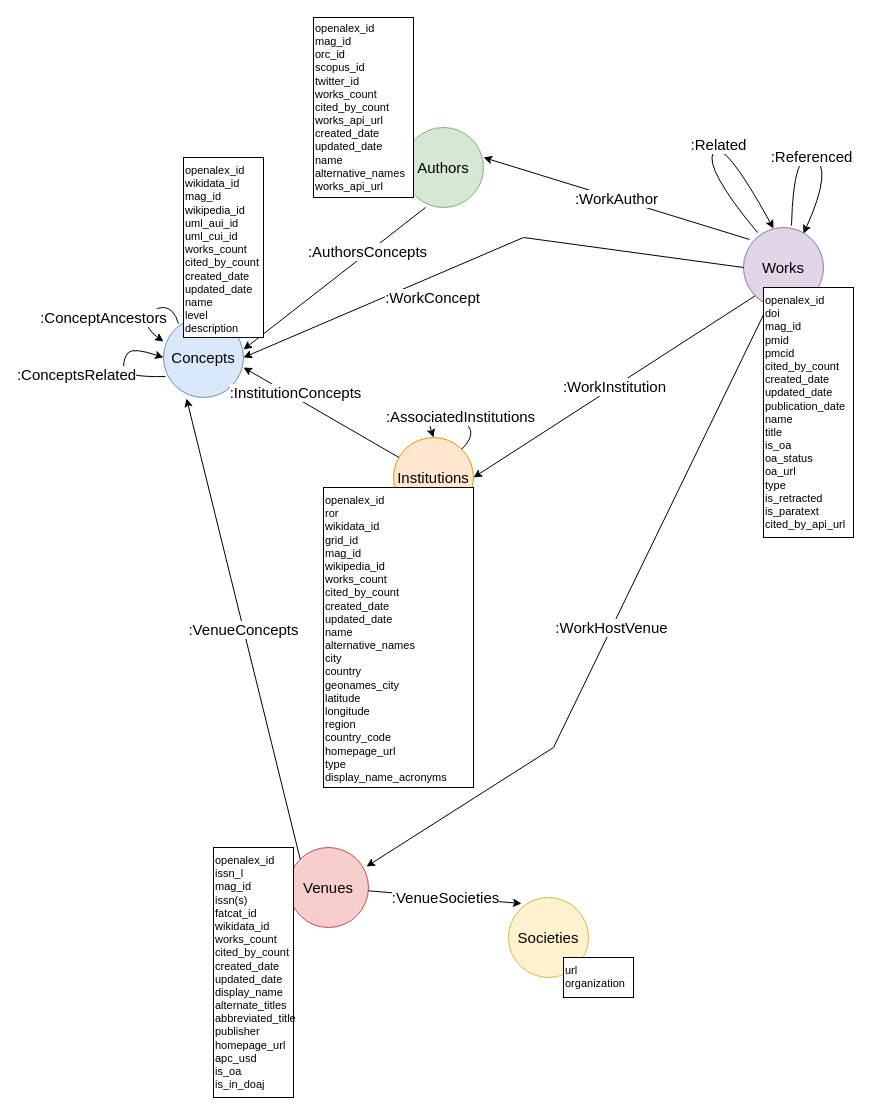
Before: openalexParse2022/diagram.drawio in iuni-cadre/DataPipelineAndProvenanceForCADRE, a draw.io diagram. Source tidied: cells renumbered, new cells numbered last; positions are measured from the earlier drawing's top-left corner, leaving out a move shared by most shapes. Both pictures are drawn from the tidied source at 100%, with x=0, y=0 at pixel (123, 17).
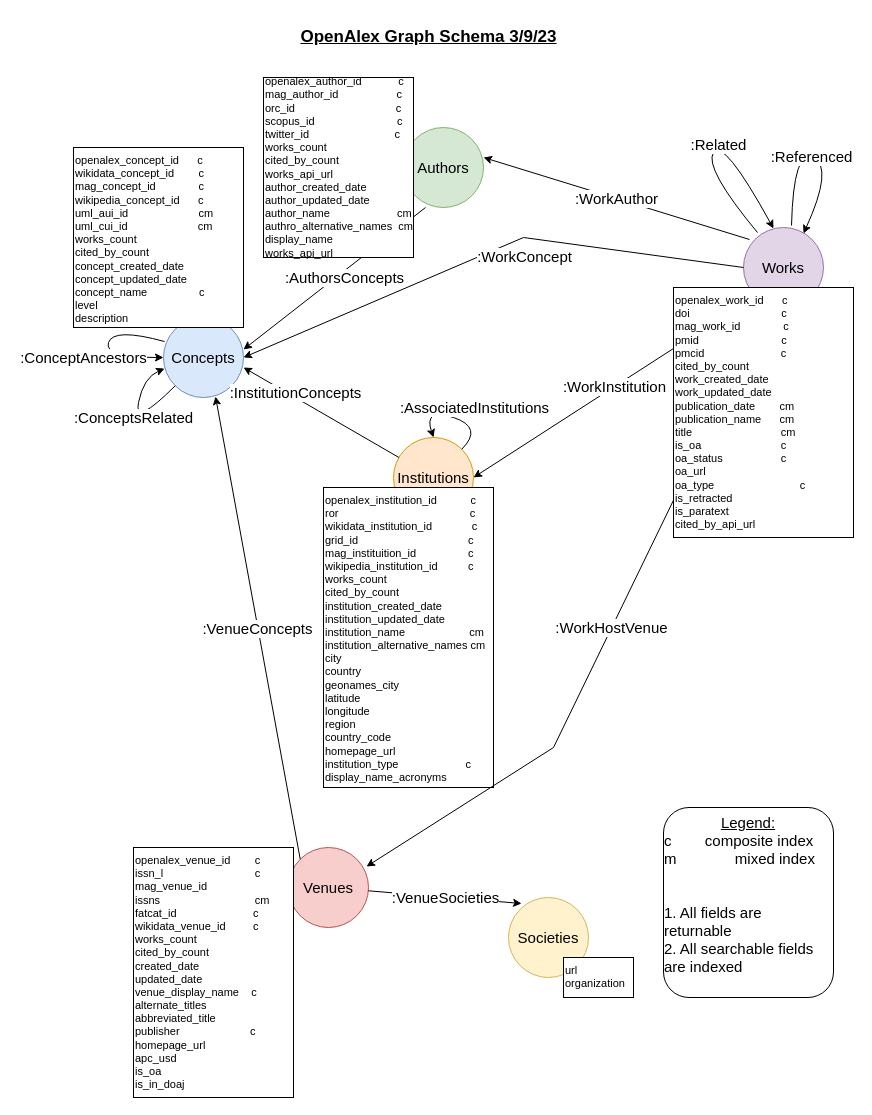
The same page after the edit.

Commit message (it also covers changes not shown here):
Updated JanusGraph diagrams.

The change refers to these unchanged cells:
```xml
<mxCell id="2" value="Authors" style="ellipse;whiteSpace=wrap;html=1;fontSize=15;fillColor=#d5e8d4;strokeColor=#82b366;" parent="1" vertex="1">
  <mxGeometry x="280" y="110" width="80" height="80" as="geometry" />
</mxCell>
<mxCell id="3" value="Works" style="ellipse;whiteSpace=wrap;html=1;fontSize=15;fillColor=#e1d5e7;strokeColor=#9673a6;" parent="1" vertex="1">
  <mxGeometry x="620" y="210" width="80" height="80" as="geometry" />
</mxCell>
<mxCell id="4" value="Concepts" style="ellipse;whiteSpace=wrap;html=1;fontSize=15;fillColor=#dae8fc;strokeColor=#6c8ebf;" parent="1" vertex="1">
  <mxGeometry x="40" y="300" width="80" height="80" as="geometry" />
</mxCell>
<mxCell id="5" value="Venues" style="ellipse;whiteSpace=wrap;html=1;fontSize=15;fillColor=#f8cecc;strokeColor=#b85450;" parent="1" vertex="1">
  <mxGeometry x="165" y="830" width="80" height="80" as="geometry" />
</mxCell>
<mxCell id="6" value="Institutions" style="ellipse;whiteSpace=wrap;html=1;fontSize=15;fillColor=#ffe6cc;strokeColor=#d79b00;" parent="1" vertex="1">
  <mxGeometry x="270" y="420" width="80" height="80" as="geometry" />
</mxCell>
```

What changed in the source:
```diff
@@
     <mxCell id="7" value=":AuthorsConcepts" style="endArrow=classic;html=1;rounded=0;fontSize=15;exitX=0.275;exitY=1;exitDx=0;exitDy=0;exitPerimeter=0;entryX=1;entryY=0.4;entryDx=0;entryDy=0;entryPerimeter=0;" parent="1" edge="1" source="2" target="4">
-      <mxGeometry x="-0.37" y="-1" relative="1" as="geometry" />
+      <mxGeometry x="-0.07" y="5" relative="1" as="geometry" />
     </mxCell>
@@
-    <mxCell id="9" value=":ConceptAncestors" style="curved=1;endArrow=classic;html=1;rounded=0;fontSize=15;exitX=0.188;exitY=0.075;exitDx=0;exitDy=0;exitPerimeter=0;entryX=0;entryY=0.3;entryDx=0;entryDy=0;entryPerimeter=0;" parent="1" edge="1" source="4" target="4">
-      <mxGeometry x="0.42" y="-41" relative="1" as="geometry">
+    <mxCell id="9" value=":ConceptAncestors" style="curved=1;endArrow=classic;html=1;rounded=0;fontSize=15;entryX=0;entryY=0.5;entryDx=0;entryDy=0;exitX=0.013;exitY=0.3;exitDx=0;exitDy=0;exitPerimeter=0;" parent="1" edge="1" source="4" target="4">
+      <mxGeometry x="0.17" y="-20" relative="1" as="geometry">
         <Array as="points">
-          <mxPoint x="50" y="290" />
-          <mxPoint x="30" y="290" />
-          <mxPoint x="20" y="310" />
+          <mxPoint x="-10" y="310" />
+          <mxPoint x="-20" y="340" />
         </Array>
-        <mxPoint x="-16" y="-44" as="offset" />
+        <mxPoint x="-20" y="-20" as="offset" />
       </mxGeometry>
     </mxCell>
-    <mxCell id="10" value=":ConceptsRelated" style="curved=1;endArrow=classic;html=1;rounded=0;fontSize=15;exitX=0.025;exitY=0.738;exitDx=0;exitDy=0;exitPerimeter=0;entryX=0;entryY=0.5;entryDx=0;entryDy=0;" parent="1" edge="1" source="4" target="4">
-      <mxGeometry x="0.23" y="54" relative="1" as="geometry">
+    <mxCell id="10" value=":ConceptsRelated" style="curved=1;endArrow=classic;html=1;rounded=0;fontSize=15;exitX=0;exitY=1;exitDx=0;exitDy=0;entryX=0.013;entryY=0.638;entryDx=0;entryDy=0;entryPerimeter=0;" parent="1" edge="1" source="4" target="4">
+      <mxGeometry x="0.04" y="2" relative="1" as="geometry">
         <Array as="points">
-          <mxPoint y="360" />
-          <mxPoint y="340" />
-          <mxPoint x="10" y="330" />
+          <mxPoint x="10" y="410" />
+          <mxPoint x="20" y="360" />
         </Array>
-        <mxPoint x="-12" y="58" as="offset" />
       </mxGeometry>
     </mxCell>
     <mxCell id="11" value=":AssociatedInstitutions" style="curved=1;endArrow=classic;html=1;rounded=0;fontSize=15;entryX=0.5;entryY=0;entryDx=0;entryDy=0;exitX=1;exitY=0;exitDx=0;exitDy=0;" parent="1" edge="1" source="6" target="6">
-      <mxGeometry x="-0.13" y="-3" relative="1" as="geometry">
+      <mxGeometry x="-0.26" y="-16" relative="1" as="geometry">
         <Array as="points">
           <mxPoint x="360" y="410" />
           <mxPoint x="300" y="390" />
         </Array>
-        <mxPoint x="-1" as="offset" />
       </mxGeometry>
     </mxCell>
@@
-    <mxCell id="13" value=":VenueConcepts" style="endArrow=classic;html=1;rounded=0;fontSize=15;exitX=0;exitY=0;exitDx=0;exitDy=0;entryX=0.288;entryY=1.013;entryDx=0;entryDy=0;entryPerimeter=0;" parent="1" edge="1" source="5" target="4">
+    <mxCell id="13" value=":VenueConcepts" style="endArrow=classic;html=1;rounded=0;fontSize=15;exitX=0;exitY=0;exitDx=0;exitDy=0;entryX=0.65;entryY=0.988;entryDx=0;entryDy=0;entryPerimeter=0;" parent="1" edge="1" source="5" target="4">
       <mxGeometry relative="1" as="geometry" />
     </mxCell>
@@
     <mxCell id="16" value=":WorkConcept" style="endArrow=classic;html=1;rounded=0;fontSize=15;exitX=0;exitY=0.5;exitDx=0;exitDy=0;entryX=1;entryY=0.5;entryDx=0;entryDy=0;" parent="1" edge="1" source="3" target="4">
-      <mxGeometry x="0.25" y="19" relative="1" as="geometry">
+      <mxGeometry x="-0.13" y="18" relative="1" as="geometry">
         <Array as="points">
           <mxPoint x="400" y="220" />
         </Array>
       </mxGeometry>
     </mxCell>
-    <mxCell id="17" value="openalex_id&lt;br&gt;mag_id&lt;br&gt;orc_id&lt;br&gt;scopus_id&lt;br&gt;twitter_id&lt;br&gt;works_count&lt;br&gt;cited_by_count&lt;br&gt;works_api_url&lt;br&gt;created_date&lt;br&gt;updated_date&lt;br&gt;name&lt;br&gt;alternative_names&lt;br&gt;works_api_url" style="whiteSpace=wrap;html=1;fontSize=11;align=left;verticalAlign=middle;labelPosition=center;verticalLabelPosition=middle;" parent="1" vertex="1">
-      <mxGeometry x="190" width="100" height="180" as="geometry" />
+    <mxCell id="17" value="openalex_author_id &amp;nbsp; &amp;nbsp; &amp;nbsp; &amp;nbsp; &amp;nbsp; &amp;nbsp;c&lt;br&gt;mag_author_id &amp;nbsp; &amp;nbsp; &amp;nbsp; &amp;nbsp; &amp;nbsp; &amp;nbsp; &amp;nbsp; &amp;nbsp; &amp;nbsp; c&lt;br&gt;orc_id &amp;nbsp; &amp;nbsp; &amp;nbsp; &amp;nbsp; &amp;nbsp; &amp;nbsp; &amp;nbsp; &amp;nbsp; &amp;nbsp; &amp;nbsp; &amp;nbsp; &amp;nbsp; &amp;nbsp; &amp;nbsp; &amp;nbsp; &amp;nbsp; c&lt;br&gt;scopus_id &amp;nbsp; &amp;nbsp; &amp;nbsp; &amp;nbsp; &amp;nbsp; &amp;nbsp; &amp;nbsp; &amp;nbsp; &amp;nbsp; &amp;nbsp; &amp;nbsp; &amp;nbsp; &amp;nbsp; c&amp;nbsp;&lt;br&gt;twitter_id &amp;nbsp; &amp;nbsp; &amp;nbsp; &amp;nbsp; &amp;nbsp; &amp;nbsp; &amp;nbsp; &amp;nbsp; &amp;nbsp; &amp;nbsp; &amp;nbsp; &amp;nbsp; &amp;nbsp; &amp;nbsp;c&lt;br&gt;works_count&lt;br&gt;cited_by_count&lt;br&gt;works_api_url&lt;br&gt;author_created_date&lt;br&gt;author_updated_date&lt;br&gt;author_name &amp;nbsp; &amp;nbsp; &amp;nbsp; &amp;nbsp; &amp;nbsp; &amp;nbsp; &amp;nbsp; &amp;nbsp; &amp;nbsp; &amp;nbsp; &amp;nbsp;cm&lt;br&gt;authro_alternative_names &amp;nbsp;cm&lt;br&gt;display_name&lt;br&gt;works_api_url" style="whiteSpace=wrap;html=1;fontSize=11;align=left;verticalAlign=middle;labelPosition=center;verticalLabelPosition=middle;" parent="1" vertex="1">
+      <mxGeometry x="140" y="60" width="150" height="180" as="geometry" />
     </mxCell>
-    <mxCell id="18" value="openalex_id&lt;br&gt;wikidata_id&lt;br&gt;mag_id&lt;br&gt;wikipedia_id&lt;br&gt;uml_aui_id&lt;br&gt;uml_cui_id&lt;br&gt;works_count&lt;br&gt;cited_by_count&lt;br&gt;created_date&lt;br&gt;updated_date&lt;br&gt;name&lt;br&gt;level&lt;br&gt;description" style="whiteSpace=wrap;html=1;fontSize=11;align=left;verticalAlign=top;" parent="1" vertex="1">
-      <mxGeometry x="60" y="140" width="80" height="180" as="geometry" />
+    <mxCell id="18" value="openalex_concept_id &amp;nbsp; &amp;nbsp; &amp;nbsp;c&lt;br&gt;wikidata_concept_id &amp;nbsp; &amp;nbsp; &amp;nbsp; &amp;nbsp;c&lt;br&gt;mag_concept_id &amp;nbsp; &amp;nbsp; &amp;nbsp; &amp;nbsp; &amp;nbsp; &amp;nbsp; &amp;nbsp;c&lt;br&gt;wikipedia_concept_id &amp;nbsp; &amp;nbsp; &amp;nbsp;c&lt;br&gt;uml_aui_id &amp;nbsp; &amp;nbsp; &amp;nbsp; &amp;nbsp; &amp;nbsp; &amp;nbsp; &amp;nbsp; &amp;nbsp; &amp;nbsp; &amp;nbsp; &amp;nbsp; cm&lt;br&gt;uml_cui_id &amp;nbsp; &amp;nbsp; &amp;nbsp; &amp;nbsp; &amp;nbsp; &amp;nbsp; &amp;nbsp; &amp;nbsp; &amp;nbsp; &amp;nbsp; &amp;nbsp; cm&lt;br&gt;works_count&lt;br&gt;cited_by_count&lt;br&gt;concept_created_date&lt;br&gt;concept_updated_date&lt;br&gt;concept_name &amp;nbsp; &amp;nbsp; &amp;nbsp; &amp;nbsp; &amp;nbsp; &amp;nbsp; &amp;nbsp; &amp;nbsp; c&lt;br&gt;level&lt;br&gt;description" style="whiteSpace=wrap;html=1;fontSize=11;align=left;verticalAlign=top;" parent="1" vertex="1">
+      <mxGeometry x="-50" y="130" width="170" height="180" as="geometry" />
     </mxCell>
-    <mxCell id="19" value="openalex_id&lt;br&gt;ror&lt;br&gt;wikidata_id&lt;br&gt;grid_id&lt;br&gt;mag_id&lt;br&gt;wikipedia_id&lt;br&gt;works_count&lt;br&gt;cited_by_count&lt;br&gt;created_date&lt;br&gt;updated_date&lt;br&gt;name&lt;br&gt;alternative_names&lt;br&gt;city&lt;br&gt;country&lt;br&gt;geonames_city&lt;br&gt;latitude&lt;br&gt;longitude&lt;br&gt;region&lt;br&gt;country_code&lt;br&gt;homepage_url&lt;br&gt;type&lt;br&gt;display_name_acronyms" style="whiteSpace=wrap;html=1;fontSize=11;align=left;verticalAlign=top;" parent="1" vertex="1">
-      <mxGeometry x="200" y="470" width="150" height="300" as="geometry" />
+    <mxCell id="19" value="openalex_institution_id &amp;nbsp; &amp;nbsp; &amp;nbsp; &amp;nbsp; &amp;nbsp; c&lt;br&gt;ror &amp;nbsp; &amp;nbsp; &amp;nbsp; &amp;nbsp; &amp;nbsp; &amp;nbsp; &amp;nbsp; &amp;nbsp; &amp;nbsp; &amp;nbsp; &amp;nbsp; &amp;nbsp; &amp;nbsp; &amp;nbsp; &amp;nbsp; &amp;nbsp; &amp;nbsp; &amp;nbsp; &amp;nbsp; &amp;nbsp; &amp;nbsp; c&lt;br&gt;wikidata_institution_id &amp;nbsp; &amp;nbsp; &amp;nbsp; &amp;nbsp; &amp;nbsp; &amp;nbsp; c&lt;br&gt;grid_id &amp;nbsp; &amp;nbsp; &amp;nbsp; &amp;nbsp; &amp;nbsp; &amp;nbsp; &amp;nbsp; &amp;nbsp; &amp;nbsp; &amp;nbsp; &amp;nbsp; &amp;nbsp; &amp;nbsp; &amp;nbsp; &amp;nbsp; &amp;nbsp; &amp;nbsp; &amp;nbsp;c&lt;br&gt;mag_instituition_id &amp;nbsp; &amp;nbsp; &amp;nbsp; &amp;nbsp; &amp;nbsp; &amp;nbsp; &amp;nbsp; &amp;nbsp; c&lt;br&gt;wikipedia_institution_id &amp;nbsp; &amp;nbsp; &amp;nbsp; &amp;nbsp; &amp;nbsp;c&lt;br&gt;works_count&lt;br&gt;cited_by_count&lt;br&gt;institution_created_date&lt;br&gt;institution_updated_date&lt;br&gt;institution_name &amp;nbsp; &amp;nbsp; &amp;nbsp; &amp;nbsp; &amp;nbsp; &amp;nbsp; &amp;nbsp; &amp;nbsp; &amp;nbsp; &amp;nbsp; cm&lt;br&gt;institution_alternative_names cm&lt;br&gt;city&lt;br&gt;country&lt;br&gt;geonames_city&lt;br&gt;latitude&lt;br&gt;longitude&lt;br&gt;region&lt;br&gt;country_code&lt;br&gt;homepage_url&lt;br&gt;institution_type &amp;nbsp; &amp;nbsp; &amp;nbsp; &amp;nbsp; &amp;nbsp; &amp;nbsp; &amp;nbsp; &amp;nbsp; &amp;nbsp; &amp;nbsp; &amp;nbsp;c&lt;br&gt;display_name_acronyms" style="whiteSpace=wrap;html=1;fontSize=11;align=left;verticalAlign=top;" parent="1" vertex="1">
+      <mxGeometry x="200" y="470" width="170" height="300" as="geometry" />
     </mxCell>
@@
-    <mxCell id="24" value="openalex_id&lt;br&gt;doi&lt;br&gt;mag_id&lt;br&gt;pmid&lt;br&gt;pmcid&lt;br&gt;cited_by_count&lt;br&gt;created_date&lt;br&gt;updated_date&lt;br&gt;publication_date&lt;br&gt;name&lt;br&gt;title&lt;br&gt;is_oa&lt;br&gt;oa_status&lt;br&gt;oa_url&lt;br&gt;type&lt;br&gt;is_retracted&lt;br&gt;is_paratext&lt;br&gt;cited_by_api_url" style="whiteSpace=wrap;html=1;fontSize=11;align=left;verticalAlign=top;" parent="1" vertex="1">
-      <mxGeometry x="640" y="270" width="90" height="250" as="geometry" />
+    <mxCell id="24" value="openalex_work_id &amp;nbsp; &amp;nbsp; &amp;nbsp;c&lt;br&gt;doi &amp;nbsp; &amp;nbsp; &amp;nbsp; &amp;nbsp; &amp;nbsp; &amp;nbsp; &amp;nbsp; &amp;nbsp; &amp;nbsp; &amp;nbsp; &amp;nbsp; &amp;nbsp; &amp;nbsp; &amp;nbsp; &amp;nbsp;c&lt;br&gt;mag_work_id &amp;nbsp; &amp;nbsp; &amp;nbsp; &amp;nbsp; &amp;nbsp; &amp;nbsp; &amp;nbsp;c&lt;br&gt;pmid &amp;nbsp; &amp;nbsp; &amp;nbsp; &amp;nbsp; &amp;nbsp; &amp;nbsp; &amp;nbsp; &amp;nbsp; &amp;nbsp; &amp;nbsp; &amp;nbsp; &amp;nbsp; &amp;nbsp; c&lt;br&gt;pmcid &amp;nbsp; &amp;nbsp; &amp;nbsp; &amp;nbsp; &amp;nbsp; &amp;nbsp; &amp;nbsp; &amp;nbsp; &amp;nbsp; &amp;nbsp; &amp;nbsp; &amp;nbsp; c&lt;br&gt;cited_by_count&lt;br&gt;work_created_date&lt;br&gt;work_updated_date&lt;br&gt;publication_date &amp;nbsp; &amp;nbsp; &amp;nbsp; &amp;nbsp;cm&lt;br&gt;publication_name &amp;nbsp; &amp;nbsp; &amp;nbsp;cm&lt;br&gt;title &amp;nbsp; &amp;nbsp; &amp;nbsp; &amp;nbsp; &amp;nbsp; &amp;nbsp; &amp;nbsp; &amp;nbsp; &amp;nbsp; &amp;nbsp; &amp;nbsp; &amp;nbsp; &amp;nbsp; &amp;nbsp; cm&lt;br&gt;is_oa &amp;nbsp; &amp;nbsp; &amp;nbsp; &amp;nbsp; &amp;nbsp; &amp;nbsp; &amp;nbsp; &amp;nbsp; &amp;nbsp; &amp;nbsp; &amp;nbsp; &amp;nbsp; &amp;nbsp;c&lt;br&gt;oa_status &amp;nbsp; &amp;nbsp; &amp;nbsp; &amp;nbsp; &amp;nbsp; &amp;nbsp; &amp;nbsp; &amp;nbsp; &amp;nbsp; c&lt;br&gt;oa_url &amp;nbsp; &amp;nbsp; &amp;nbsp; &amp;nbsp; &amp;nbsp; &amp;nbsp; &amp;nbsp; &amp;nbsp; &amp;nbsp; &amp;nbsp; &amp;nbsp; &amp;nbsp;&lt;br&gt;oa_type &amp;nbsp; &amp;nbsp; &amp;nbsp; &amp;nbsp; &amp;nbsp; &amp;nbsp; &amp;nbsp; &amp;nbsp; &amp;nbsp; &amp;nbsp; &amp;nbsp; &amp;nbsp; &amp;nbsp; &amp;nbsp;c&lt;br&gt;is_retracted&lt;br&gt;is_paratext&lt;br&gt;cited_by_api_url" style="whiteSpace=wrap;html=1;fontSize=11;align=left;verticalAlign=top;" parent="1" vertex="1">
+      <mxGeometry x="550" y="270" width="180" height="250" as="geometry" />
     </mxCell>
-    <mxCell id="25" value="openalex_id&lt;br&gt;issn_l&lt;br&gt;mag_id&lt;br&gt;issn(s)&lt;br&gt;fatcat_id&lt;br&gt;wikidata_id&lt;br&gt;works_count&lt;br&gt;cited_by_count&lt;br&gt;created_date&lt;br&gt;updated_date&lt;br&gt;display_name&lt;br&gt;alternate_titles&lt;br&gt;abbreviated_title&lt;br&gt;publisher&lt;br&gt;homepage_url&lt;br&gt;apc_usd&lt;br&gt;is_oa&lt;br&gt;is_in_doaj" style="whiteSpace=wrap;html=1;fontSize=11;align=left;verticalAlign=top;" parent="1" vertex="1">
-      <mxGeometry x="90" y="830" width="80" height="250" as="geometry" />
+    <mxCell id="25" value="openalex_venue_id &amp;nbsp; &amp;nbsp; &amp;nbsp; &amp;nbsp;c&lt;br&gt;issn_l &amp;nbsp; &amp;nbsp; &amp;nbsp; &amp;nbsp; &amp;nbsp; &amp;nbsp; &amp;nbsp; &amp;nbsp; &amp;nbsp; &amp;nbsp; &amp;nbsp; &amp;nbsp; &amp;nbsp; &amp;nbsp; &amp;nbsp;c&lt;br&gt;mag_venue_id&lt;br&gt;issns &amp;nbsp; &amp;nbsp; &amp;nbsp; &amp;nbsp; &amp;nbsp; &amp;nbsp; &amp;nbsp; &amp;nbsp; &amp;nbsp; &amp;nbsp; &amp;nbsp; &amp;nbsp; &amp;nbsp; &amp;nbsp; &amp;nbsp; cm&lt;br&gt;fatcat_id &amp;nbsp; &amp;nbsp; &amp;nbsp; &amp;nbsp; &amp;nbsp; &amp;nbsp; &amp;nbsp; &amp;nbsp; &amp;nbsp; &amp;nbsp; &amp;nbsp; &amp;nbsp; c&lt;br&gt;wikidata_venue_id &amp;nbsp; &amp;nbsp; &amp;nbsp; &amp;nbsp; c&lt;br&gt;works_count&lt;br&gt;cited_by_count&lt;br&gt;created_date&lt;br&gt;updated_date&lt;br&gt;venue_display_name &amp;nbsp; &amp;nbsp;c&lt;br&gt;alternate_titles&lt;br&gt;abbreviated_title&lt;br&gt;publisher &amp;nbsp; &amp;nbsp; &amp;nbsp; &amp;nbsp; &amp;nbsp; &amp;nbsp; &amp;nbsp; &amp;nbsp; &amp;nbsp; &amp;nbsp; &amp;nbsp; c&lt;br&gt;homepage_url&lt;br&gt;apc_usd&lt;br&gt;is_oa&lt;br&gt;is_in_doaj" style="whiteSpace=wrap;html=1;fontSize=11;align=left;verticalAlign=top;" parent="1" vertex="1">
+      <mxGeometry x="10" y="830" width="160" height="250" as="geometry" />
     </mxCell>
@@
+    <mxCell id="27" value="OpenAlex Graph Schema 3/9/23&lt;br style=&quot;font-size: 17px;&quot;&gt;" style="text;html=1;align=center;verticalAlign=middle;strokeColor=none;fillColor=none;fontSize=17;fontStyle=5;" parent="1" vertex="1">
+      <mxGeometry x="165" y="5" width="280" height="30" as="geometry" />
+    </mxCell>
+    <mxCell id="28" value="&lt;font style=&quot;font-size: 15px;&quot;&gt;&lt;u&gt;Legend:&lt;/u&gt;&lt;br&gt;&lt;/font&gt;&lt;div style=&quot;text-align: left; font-size: 15px;&quot;&gt;&lt;font style=&quot;font-size: 15px;&quot;&gt;c &amp;nbsp; &amp;nbsp; &amp;nbsp; &amp;nbsp;composite index&lt;/font&gt;&lt;/div&gt;&lt;div style=&quot;text-align: left; font-size: 15px;&quot;&gt;&lt;font style=&quot;font-size: 15px;&quot;&gt;m &amp;nbsp; &amp;nbsp; &amp;nbsp; &amp;nbsp; &amp;nbsp; &amp;nbsp; &amp;nbsp;mixed index&lt;/font&gt;&lt;/div&gt;&lt;div style=&quot;text-align: left; font-size: 15px;&quot;&gt;&lt;font style=&quot;font-size: 15px;&quot;&gt;&lt;br&gt;&lt;/font&gt;&lt;/div&gt;&lt;div style=&quot;text-align: left; font-size: 15px;&quot;&gt;&lt;font style=&quot;font-size: 15px;&quot;&gt;&lt;br&gt;&lt;/font&gt;&lt;/div&gt;&lt;div style=&quot;text-align: left; font-size: 15px;&quot;&gt;&lt;font style=&quot;font-size: 15px;&quot;&gt;1. All fields are returnable&lt;/font&gt;&lt;/div&gt;&lt;div style=&quot;text-align: left; font-size: 15px;&quot;&gt;&lt;font style=&quot;font-size: 15px;&quot;&gt;2. All searchable fields are &lt;/font&gt;indexed&lt;/div&gt;" style="rounded=1;whiteSpace=wrap;html=1;verticalAlign=top;" parent="1" vertex="1">
+      <mxGeometry x="540" y="790" width="170" height="190" as="geometry" />
+    </mxCell>
```
